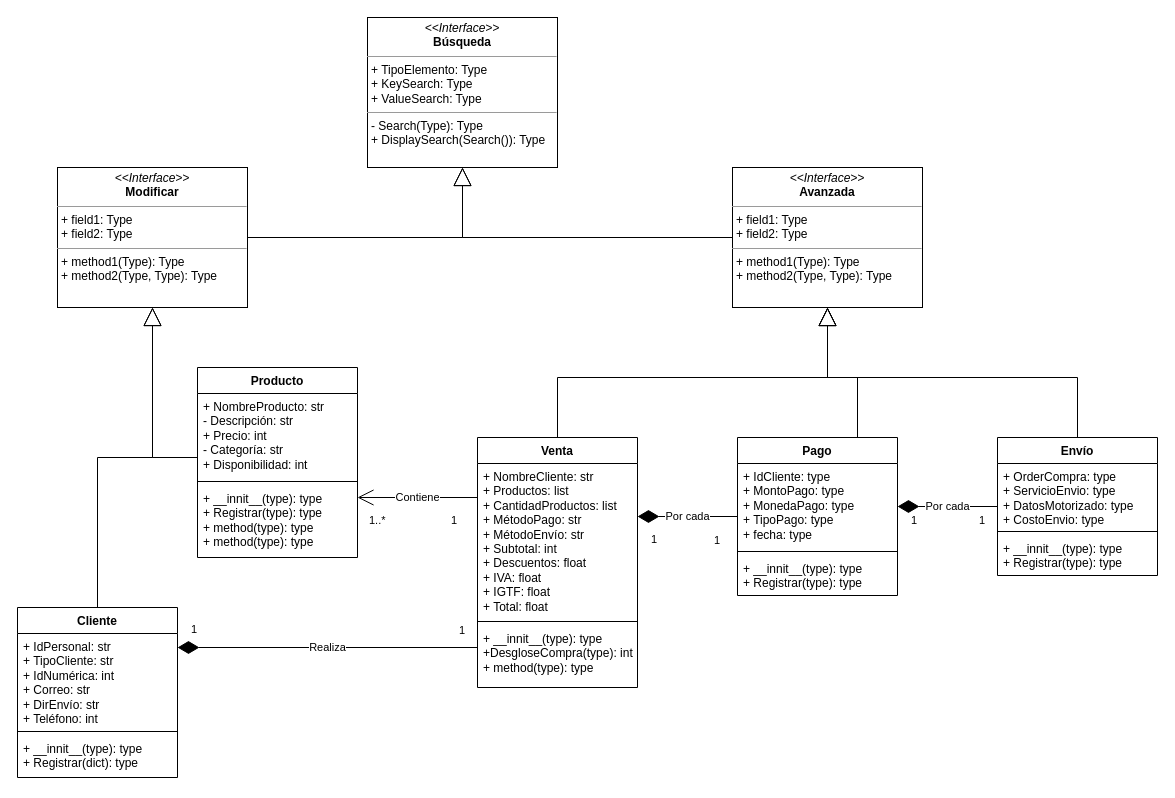
Before: Proyecto/ProyectoAyP.drawio in Miguiiii/Clases-AyP, a draw.io diagram. Source tidied: cells renumbered, new cells numbered last; positions are measured from the earlier drawing's top-left corner, leaving out a move shared by most shapes. Both pictures are drawn from the tidied source at 100%, with x=0, y=0 at pixel (17, 17).
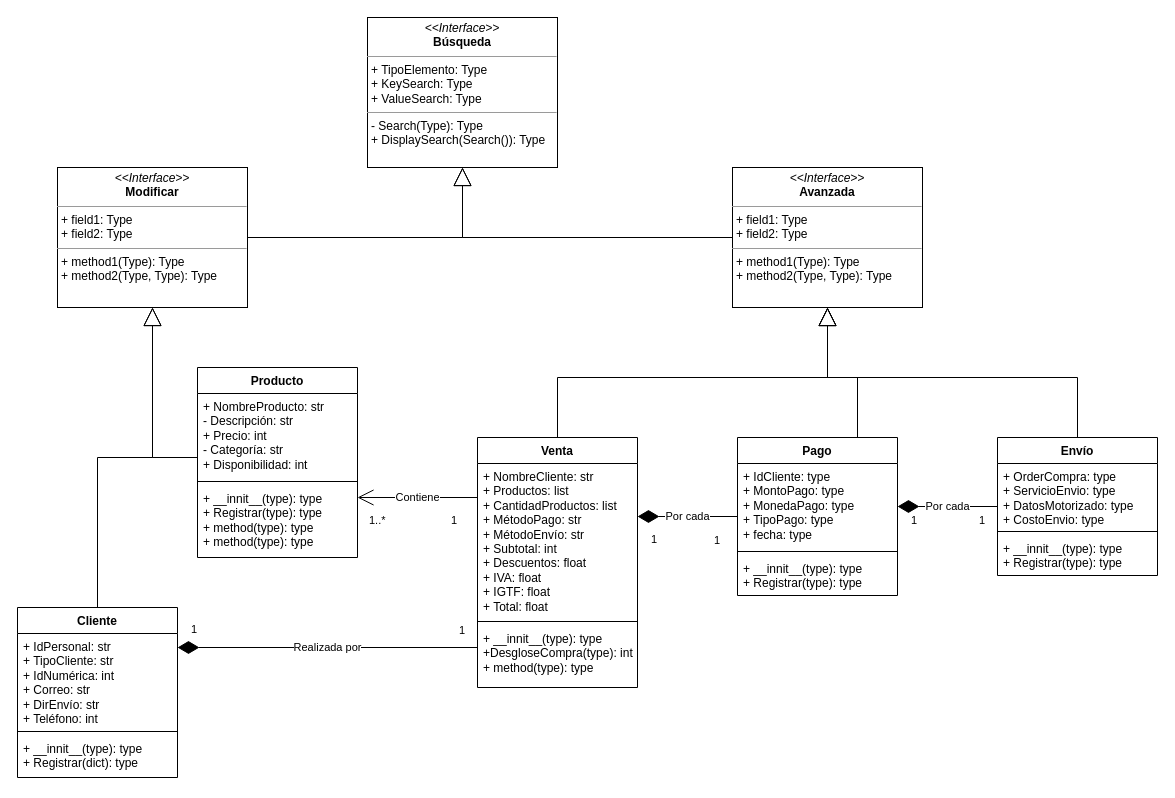
Above is the later version.

Unchanged cells that the change refers to:
```xml
<mxCell id="6" value="Cliente" style="swimlane;fontStyle=1;align=center;verticalAlign=top;horizontal=1;startSize=26;whiteSpace=wrap;html=1;rounded=0;" parent="1" vertex="1">
  <mxGeometry y="590" width="160" height="170" as="geometry" />
</mxCell>
<mxCell id="10" value="Venta" style="swimlane;fontStyle=1;align=center;verticalAlign=top;horizontal=1;startSize=26;whiteSpace=wrap;html=1;rounded=0;" parent="1" vertex="1">
  <mxGeometry x="460" y="420" width="160" height="250" as="geometry" />
</mxCell>
```

What changed in the source:
```diff
@@
-    <mxCell id="25" value="Realiza" style="endArrow=diamondThin;html=1;endSize=19;startArrow=none;startSize=14;startFill=0;rounded=0;endFill=1;edgeStyle=elbowEdgeStyle;elbow=vertical;" parent="1" edge="1" source="10" target="6">
+    <mxCell id="25" value="Realizada por" style="endArrow=diamondThin;html=1;endSize=19;startArrow=none;startSize=14;startFill=0;rounded=0;endFill=1;edgeStyle=elbowEdgeStyle;elbow=vertical;" parent="1" edge="1" source="10" target="6">
       <mxGeometry relative="1" as="geometry" />
     </mxCell>
```
